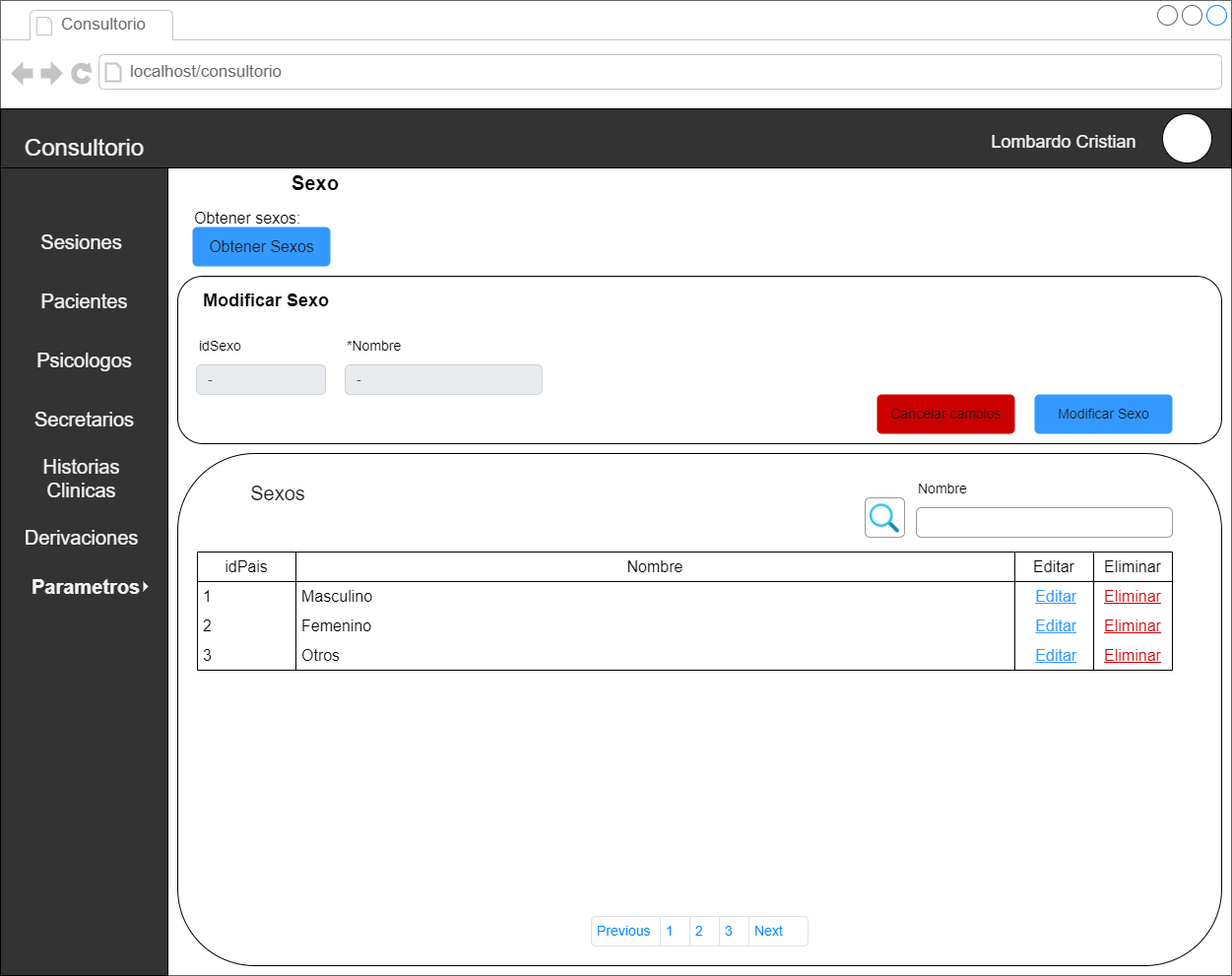
Before: docs/resources/DIA's/diaPantallas-diaObtenerListarEliminarSexo.drawio.png, a diagram exported from draw.io (Gabito-17/proyectoDisenoWeb). Source tidied: cells renumbered, new cells last; positions are measured from the earlier drawing's top-left corner, leaving out a move shared by most shapes.
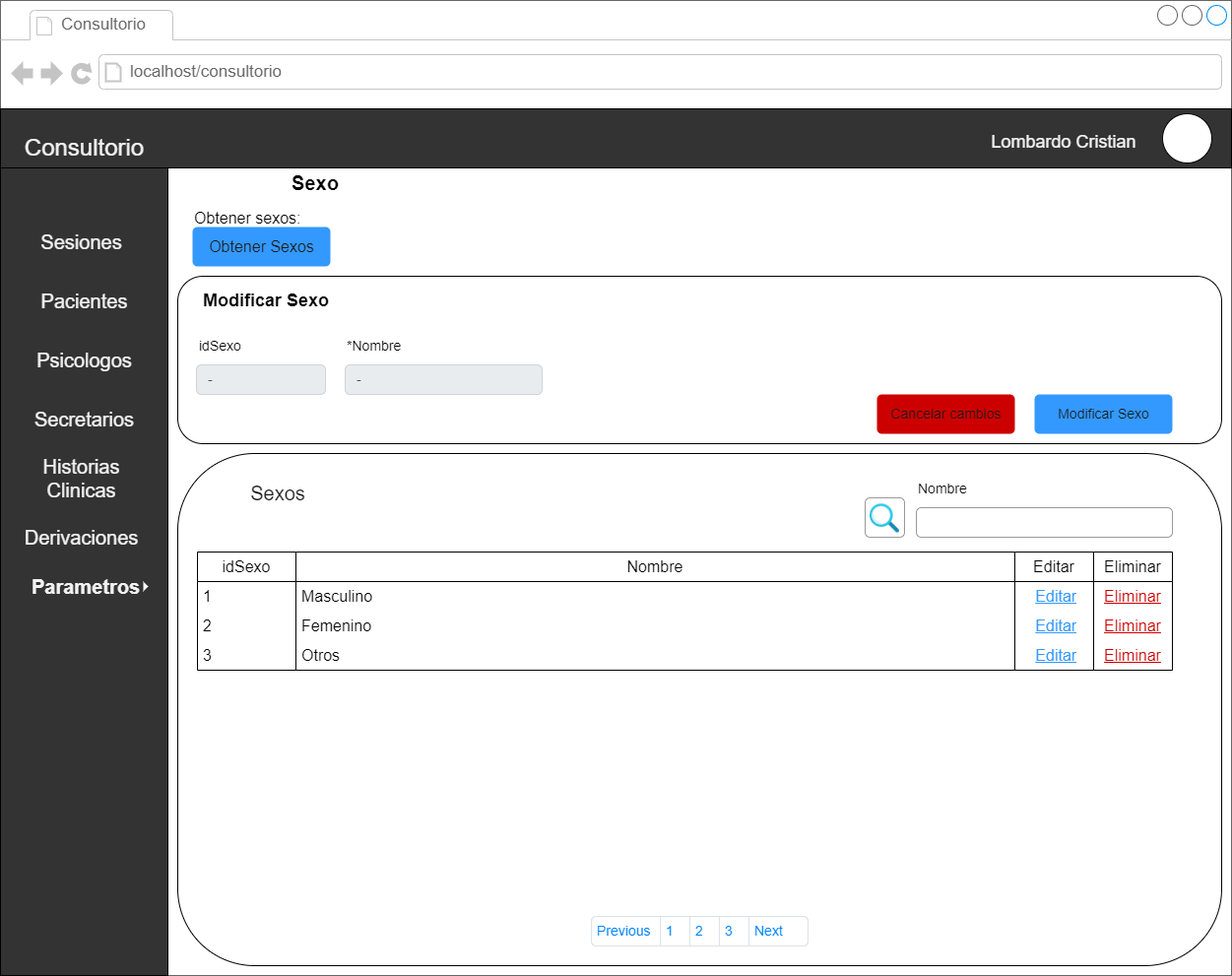
Above is the later version.

The edit, as a diff of the source:
```diff
@@ -158,7 +158,7 @@
     <mxCell id="49" value="&lt;u style=&quot;color: rgb(204, 0, 0); font-size: 16px;&quot;&gt;Eliminar&lt;/u&gt;" style="text;strokeColor=none;fillColor=none;align=center;verticalAlign=middle;spacingLeft=4;spacingRight=4;overflow=hidden;whiteSpace=wrap;html=1;" parent="46" vertex="1">
       <mxGeometry y="90" width="80" height="30" as="geometry" />
     </mxCell>
-    <mxCell id="50" value="&lt;span style=&quot;font-size: 16px; text-wrap: nowrap;&quot;&gt;idPais&lt;/span&gt;" style="swimlane;fontStyle=0;horizontal=1;startSize=30;whiteSpace=wrap;html=1;" parent="2" vertex="1">
+    <mxCell id="50" value="&lt;span style=&quot;font-size: 16px; text-wrap: nowrap;&quot;&gt;idSexo&lt;/span&gt;" style="swimlane;fontStyle=0;horizontal=1;startSize=30;whiteSpace=wrap;html=1;" parent="2" vertex="1">
       <mxGeometry x="200" y="560" width="100" height="120" as="geometry" />
     </mxCell>
     <mxCell id="51" value="&lt;span style=&quot;font-size: 16px;&quot;&gt;1&lt;/span&gt;" style="text;strokeColor=none;fillColor=none;align=left;verticalAlign=middle;spacingLeft=4;spacingRight=4;overflow=hidden;whiteSpace=wrap;html=1;" parent="50" vertex="1">
```
